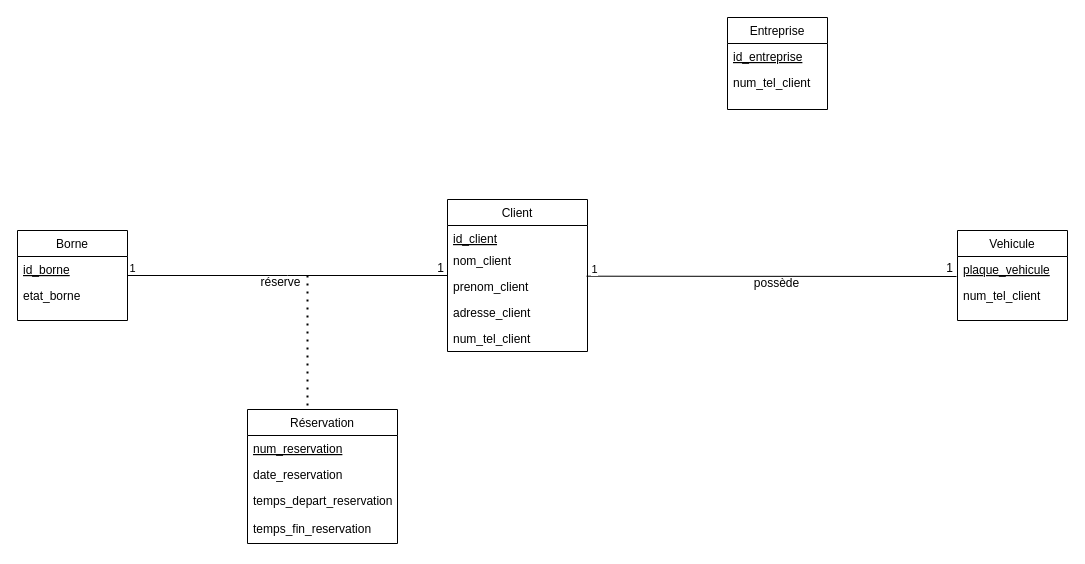
The draw.io diagram base de données.drawio in Igniiis/Genie_logiciel, before the edit. Source tidied: cells renumbered, new cells numbered last; positions are measured from the earlier drawing's top-left corner, leaving out a move shared by most shapes. Both pictures are drawn from the tidied source at 100%, with x=0, y=0 at pixel (17, 17).
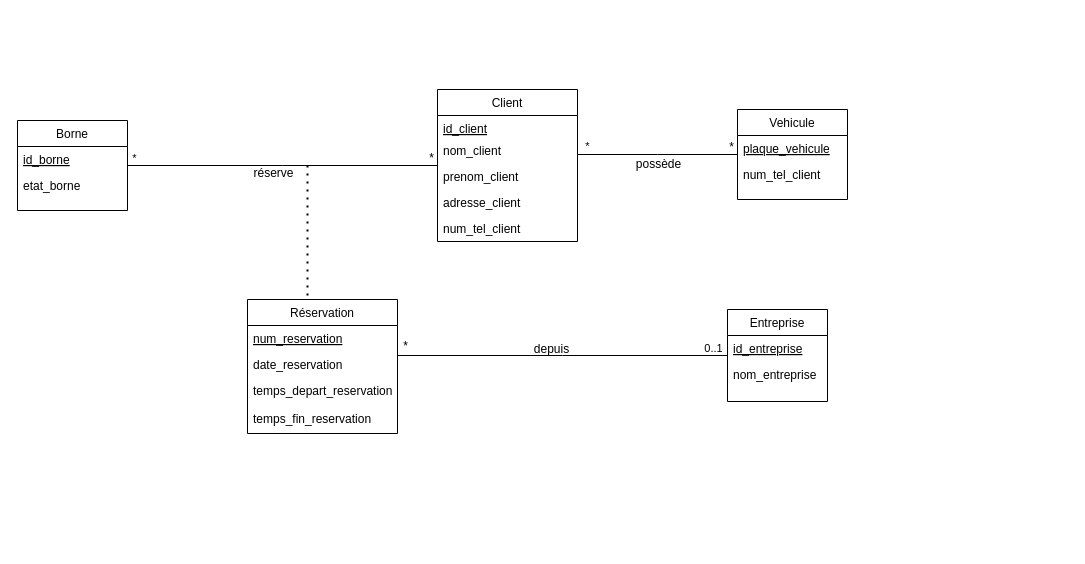
After the change.

Commit message:
Mettre à jour base de données.drawio

Unchanged cells that the change refers to:
```xml
<mxCell id="21" style="endArrow=none;shadow=0;strokeWidth=1;rounded=0;curved=0;endFill=0;edgeStyle=elbowEdgeStyle;elbow=vertical;" parent="1" edge="1" source="18" target="6">
  <mxGeometry x="0.5" y="41" relative="1" as="geometry">
    <mxPoint x="-40" y="32" as="offset" />
  </mxGeometry>
</mxCell>
```

Diff of the diagram source:
```diff
@@
-    <mxCell id="2" style="endArrow=none;shadow=0;strokeWidth=1;rounded=0;curved=0;endFill=0;edgeStyle=elbowEdgeStyle;elbow=vertical;" parent="1" edge="1">
+    <mxCell id="2" style="endArrow=none;shadow=0;strokeWidth=1;rounded=0;curved=0;endFill=0;edgeStyle=elbowEdgeStyle;elbow=vertical;" parent="1" edge="1" source="6" target="12">
       <mxGeometry x="0.5" y="41" relative="1" as="geometry">
-        <mxPoint x="569" y="258.7" as="sourcePoint" />
-        <mxPoint x="939" y="258.7" as="targetPoint" />
         <mxPoint x="-40" y="32" as="offset" />
       </mxGeometry>
     </mxCell>
-    <mxCell id="3" value="1" style="align=right;verticalAlign=bottom;labelBackgroundColor=none;fontSize=12;" parent="2" vertex="1">
+    <mxCell id="3" value="*" style="align=right;verticalAlign=bottom;labelBackgroundColor=none;fontSize=12;" parent="2" vertex="1">
       <mxGeometry x="1" relative="1" as="geometry">
         <mxPoint x="-2" y="1" as="offset" />
       </mxGeometry>
     </mxCell>
     <mxCell id="4" value="possède" style="text;html=1;align=center;verticalAlign=middle;labelBackgroundColor=none;rounded=0;shadow=0;strokeWidth=1;fontSize=12;" parent="2" vertex="1">
       <mxGeometry x="0.5" y="49" relative="1" as="geometry">
-        <mxPoint x="-88" y="55" as="offset" />
+        <mxPoint x="-40" y="58" as="offset" />
       </mxGeometry>
     </mxCell>
-    <mxCell id="5" value="1" style="edgeLabel;html=1;align=center;verticalAlign=middle;" parent="2" vertex="1">
+    <mxCell id="5" value="*" style="edgeLabel;html=1;align=center;verticalAlign=middle;" parent="2" vertex="1">
       <mxGeometry x="-0.82" y="2" relative="1" as="geometry">
-        <mxPoint x="-25" y="-6" as="offset" />
+        <mxPoint x="-5" y="-7" as="offset" />
       </mxGeometry>
     </mxCell>
     <mxCell id="6" value="Client" style="swimlane;fontStyle=0;align=center;verticalAlign=top;horizontal=1;startSize=26;rounded=0;shadow=0;strokeWidth=1;" parent="1" vertex="1">
-      <mxGeometry x="430" y="182" width="140" height="152" as="geometry" />
+      <mxGeometry x="420" y="72" width="140" height="152" as="geometry" />
     </mxCell>
@@
     <mxCell id="12" value="Vehicule" style="swimlane;fontStyle=0;align=center;verticalAlign=top;horizontal=1;startSize=26;rounded=0;shadow=0;strokeWidth=1;" parent="1" vertex="1">
-      <mxGeometry x="940" y="213" width="110" height="90" as="geometry" />
+      <mxGeometry x="720" y="92" width="110" height="90" as="geometry" />
     </mxCell>
@@
     <mxCell id="15" value="Entreprise" style="swimlane;fontStyle=0;align=center;verticalAlign=top;horizontal=1;startSize=26;rounded=0;shadow=0;strokeWidth=1;" parent="1" vertex="1">
-      <mxGeometry x="710" width="100" height="92" as="geometry" />
+      <mxGeometry x="710" y="292" width="100" height="92" as="geometry" />
     </mxCell>
@@
-    <mxCell id="17" value="num_tel_client" style="text;align=left;verticalAlign=top;spacingLeft=4;spacingRight=4;overflow=hidden;rounded=0;shadow=0;html=0;" parent="15" vertex="1">
+    <mxCell id="17" value="nom_entreprise" style="text;align=left;verticalAlign=top;spacingLeft=4;spacingRight=4;overflow=hidden;rounded=0;shadow=0;html=0;" parent="15" vertex="1">
       <mxGeometry y="52" width="100" height="26" as="geometry" />
     </mxCell>
     <mxCell id="18" value="Borne" style="swimlane;fontStyle=0;align=center;verticalAlign=top;horizontal=1;startSize=26;rounded=0;shadow=0;strokeWidth=1;" parent="1" vertex="1">
-      <mxGeometry y="213" width="110" height="90" as="geometry" />
+      <mxGeometry y="103" width="110" height="90" as="geometry" />
     </mxCell>
@@
-    <mxCell id="22" value="1" style="align=right;verticalAlign=bottom;labelBackgroundColor=none;fontSize=12;" parent="21" vertex="1">
+    <mxCell id="22" value="*" style="align=right;verticalAlign=bottom;labelBackgroundColor=none;fontSize=12;" parent="21" vertex="1">
       <mxGeometry x="1" relative="1" as="geometry">
         <mxPoint x="-2" y="1" as="offset" />
       </mxGeometry>
     </mxCell>
     <mxCell id="23" value="réserve" style="text;html=1;align=center;verticalAlign=middle;labelBackgroundColor=none;rounded=0;shadow=0;strokeWidth=1;fontSize=12;" parent="21" vertex="1">
       <mxGeometry x="0.5" y="49" relative="1" as="geometry">
-        <mxPoint x="-88" y="55" as="offset" />
+        <mxPoint x="-88" y="56" as="offset" />
       </mxGeometry>
     </mxCell>
-    <mxCell id="24" value="1" style="edgeLabel;html=1;align=center;verticalAlign=middle;" parent="21" vertex="1">
+    <mxCell id="24" value="*" style="edgeLabel;html=1;align=center;verticalAlign=middle;" parent="21" vertex="1">
       <mxGeometry x="-0.82" y="2" relative="1" as="geometry">
-        <mxPoint x="-25" y="-6" as="offset" />
+        <mxPoint x="-22" y="-6" as="offset" />
       </mxGeometry>
     </mxCell>
     <mxCell id="25" style="endArrow=none;dashed=1;html=1;dashPattern=1 3;strokeWidth=2;rounded=0;" parent="1" edge="1">
       <mxGeometry relative="1" as="geometry">
-        <mxPoint x="290" y="388" as="sourcePoint" />
-        <mxPoint x="290" y="258" as="targetPoint" />
+        <mxPoint x="290" y="278" as="sourcePoint" />
+        <mxPoint x="290" y="148" as="targetPoint" />
       </mxGeometry>
     </mxCell>
     <mxCell id="26" value="Réservation" style="swimlane;fontStyle=0;align=center;verticalAlign=top;horizontal=1;startSize=26;rounded=0;shadow=0;strokeWidth=1;" parent="1" vertex="1">
-      <mxGeometry x="230" y="392" width="150" height="134" as="geometry" />
+      <mxGeometry x="230" y="282" width="150" height="134" as="geometry" />
     </mxCell>
@@
+    <mxCell id="31" style="endArrow=none;shadow=0;strokeWidth=1;rounded=0;curved=0;endFill=0;edgeStyle=elbowEdgeStyle;elbow=vertical;" parent="1" edge="1" source="15" target="26">
+      <mxGeometry x="0.5" y="41" relative="1" as="geometry">
+        <mxPoint x="-40" y="32" as="offset" />
+      </mxGeometry>
+    </mxCell>
+    <mxCell id="32" value="*" style="align=right;verticalAlign=bottom;labelBackgroundColor=none;fontSize=12;" parent="31" vertex="1">
+      <mxGeometry x="1" relative="1" as="geometry">
+        <mxPoint x="12" y="-1" as="offset" />
+      </mxGeometry>
+    </mxCell>
+    <mxCell id="33" value="depuis" style="text;html=1;align=center;verticalAlign=middle;labelBackgroundColor=none;rounded=0;shadow=0;strokeWidth=1;fontSize=12;" parent="31" vertex="1">
+      <mxGeometry x="0.5" y="49" relative="1" as="geometry">
+        <mxPoint x="71" y="-56" as="offset" />
+      </mxGeometry>
+    </mxCell>
+    <mxCell id="34" value="0..1" style="edgeLabel;html=1;align=center;verticalAlign=middle;" parent="31" vertex="1">
+      <mxGeometry x="-0.82" y="2" relative="1" as="geometry">
+        <mxPoint x="15" y="-10" as="offset" />
+      </mxGeometry>
+    </mxCell>
```
